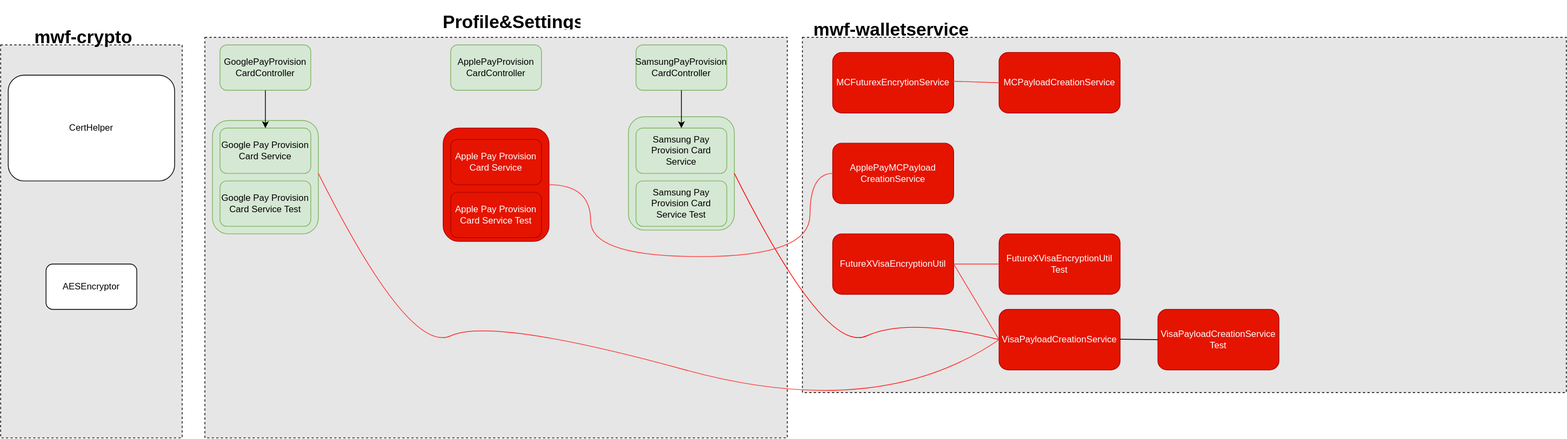
This is Work Samples/WF/Bouncy_Castle_Dependencies_Removal.drawio.svg from uchiharizvi/design-diagrams, a draw.io export, as it was before one commit. Source tidied: cells renumbered, new cells last; positions are measured from the earlier drawing's top-left corner, leaving out a move shared by most shapes.
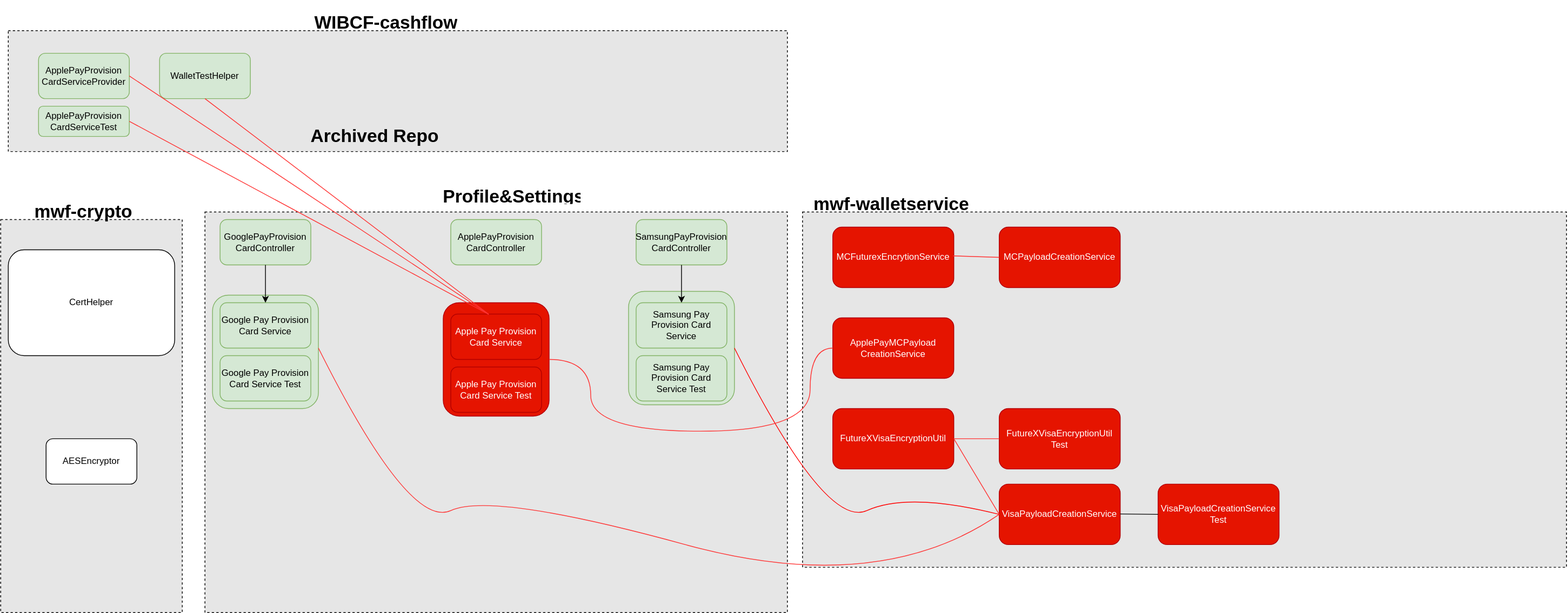
Later version of the same file.

Diff of the diagram source:
```diff
@@ -132,5 +132,32 @@
     <mxCell id="37" style="endArrow=classic;html=1;rounded=0;exitX=0.5;exitY=1;exitDx=0;exitDy=0;entryX=0.5;entryY=0;entryDx=0;entryDy=0;" parent="1" edge="1" source="6" target="25">
       <mxGeometry relative="1" as="geometry" />
     </mxCell>
+    <mxCell id="38" style="rounded=0;whiteSpace=wrap;html=1;dashed=1;fillColor=#E6E6E6;" parent="1" vertex="1">
+      <mxGeometry x="10" y="-200" width="1030" height="160" as="geometry" />
+    </mxCell>
+    <mxCell id="39" value="ApplePayProvision&lt;br&gt;CardServiceProvider" style="rounded=1;whiteSpace=wrap;html=1;fillColor=#d5e8d4;strokeColor=#82b366;" parent="1" vertex="1">
+      <mxGeometry x="50" y="-170" width="120" height="60" as="geometry" />
+    </mxCell>
+    <mxCell id="40" value="&lt;h1&gt;Archived Repo&lt;/h1&gt;" style="text;html=1;spacing=5;spacingTop=-20;whiteSpace=wrap;overflow=hidden;rounded=0;" parent="1" vertex="1">
+      <mxGeometry x="405" y="-80" width="190" height="40" as="geometry" />
+    </mxCell>
+    <mxCell id="41" value="&lt;h1&gt;WIBCF-cashflow&lt;/h1&gt;" style="text;html=1;spacing=5;spacingTop=-20;whiteSpace=wrap;overflow=hidden;rounded=0;" parent="1" vertex="1">
+      <mxGeometry x="410" y="-230" width="210" height="30" as="geometry" />
+    </mxCell>
+    <mxCell id="42" value="WalletTestHelper" style="rounded=1;whiteSpace=wrap;html=1;fillColor=#d5e8d4;strokeColor=#82b366;" parent="1" vertex="1">
+      <mxGeometry x="210" y="-170" width="120" height="60" as="geometry" />
+    </mxCell>
+    <mxCell id="43" value="ApplePayProvision&lt;br&gt;CardServiceTest" style="rounded=1;whiteSpace=wrap;html=1;fillColor=#d5e8d4;strokeColor=#82b366;" parent="1" vertex="1">
+      <mxGeometry x="50" y="-100" width="120" height="40" as="geometry" />
+    </mxCell>
+    <mxCell id="44" style="endArrow=none;html=1;rounded=0;exitX=0.415;exitY=0;exitDx=0;exitDy=0;entryX=0.5;entryY=1;entryDx=0;entryDy=0;exitPerimeter=0;strokeColor=#FF3333;" parent="1" edge="1" source="31" target="42">
+      <mxGeometry relative="1" as="geometry" />
+    </mxCell>
+    <mxCell id="45" style="endArrow=none;html=1;rounded=0;exitX=0.418;exitY=0.007;exitDx=0;exitDy=0;entryX=1;entryY=0.5;entryDx=0;entryDy=0;exitPerimeter=0;strokeColor=#FF3333;" parent="1" edge="1" source="31" target="39">
+      <mxGeometry relative="1" as="geometry" />
+    </mxCell>
+    <mxCell id="46" style="endArrow=none;html=1;rounded=0;entryX=1;entryY=0.5;entryDx=0;entryDy=0;exitX=0.418;exitY=0.007;exitDx=0;exitDy=0;exitPerimeter=0;strokeColor=#FF3333;" parent="1" edge="1" source="31" target="43">
+      <mxGeometry relative="1" as="geometry" />
+    </mxCell>
   </root>
 </mxGraphModel>
```
